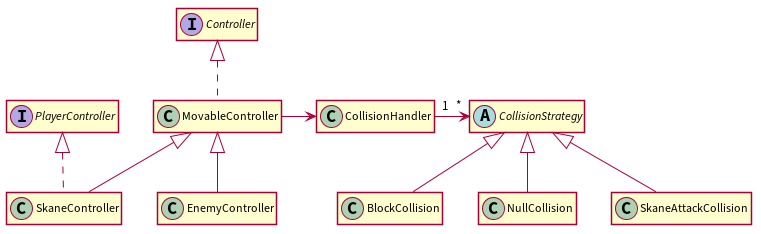
The PlantUML diagram docs/uml/collision_strategy.png in JoaoCostaIFG/LPOO, before a commit.
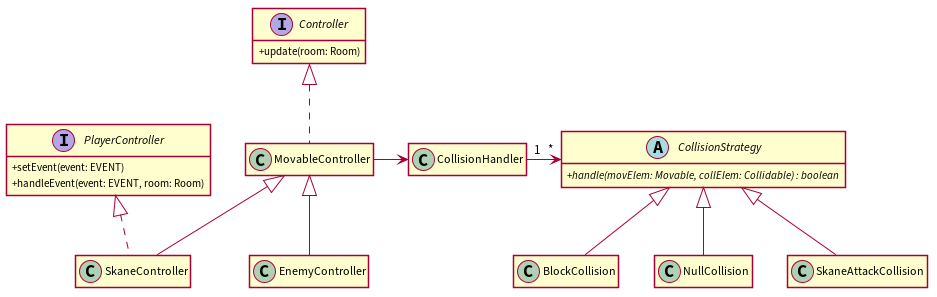
Later version of the same file.

The edit, as a diff of the source:
```diff
@@ -1,16 +1,24 @@
 @startuml
 
 hide empty members
+skinparam classAttributeIconSize 0
 skinparam shadowing false
 skinparam linetype polyline
 
-abstract class CollisionStrategy {}
+abstract class CollisionStrategy {
++ //handle(movElem: Movable, collElem: Collidable) : boolean//
+}
 class BlockCollision {}
 class NullCollision {}
 class SkaneAttackCollision {}
 
-interface Controller {}
-interface PlayerController {}
+interface Controller {
++ update(room: Room)
+}
+interface PlayerController {
++ setEvent(event: EVENT)
++ handleEvent(event: EVENT, room: Room)
+}
 class CollisionHandler {}
 class EnemyController {}
 class MovableController {}
```
